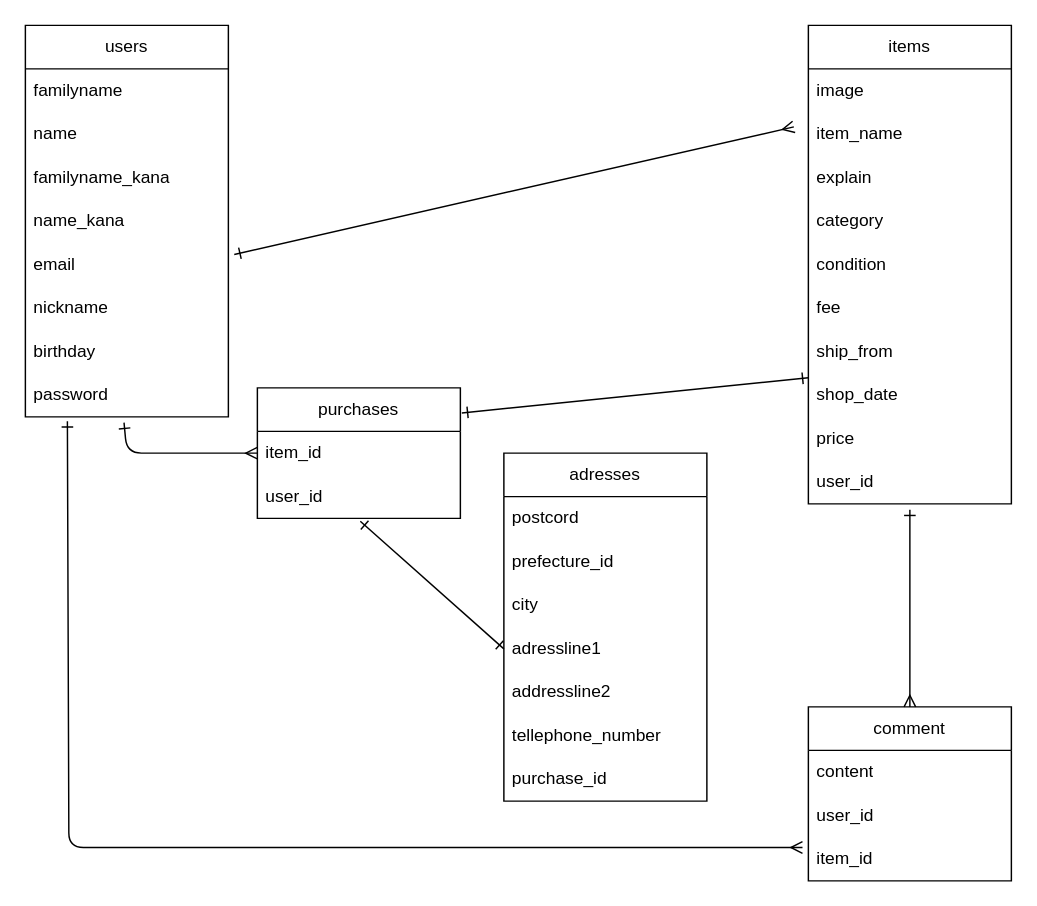
tamutamu3/furima-40914 keeps this draw.io diagram as ER.dio. Above is the earlier version. Source tidied: cells renumbered, new cells numbered last; positions are measured from the earlier drawing's top-left corner, leaving out a move shared by most shapes. Both pictures are drawn from the tidied source at 145%, with x=0, y=0 at pixel (25, 25).
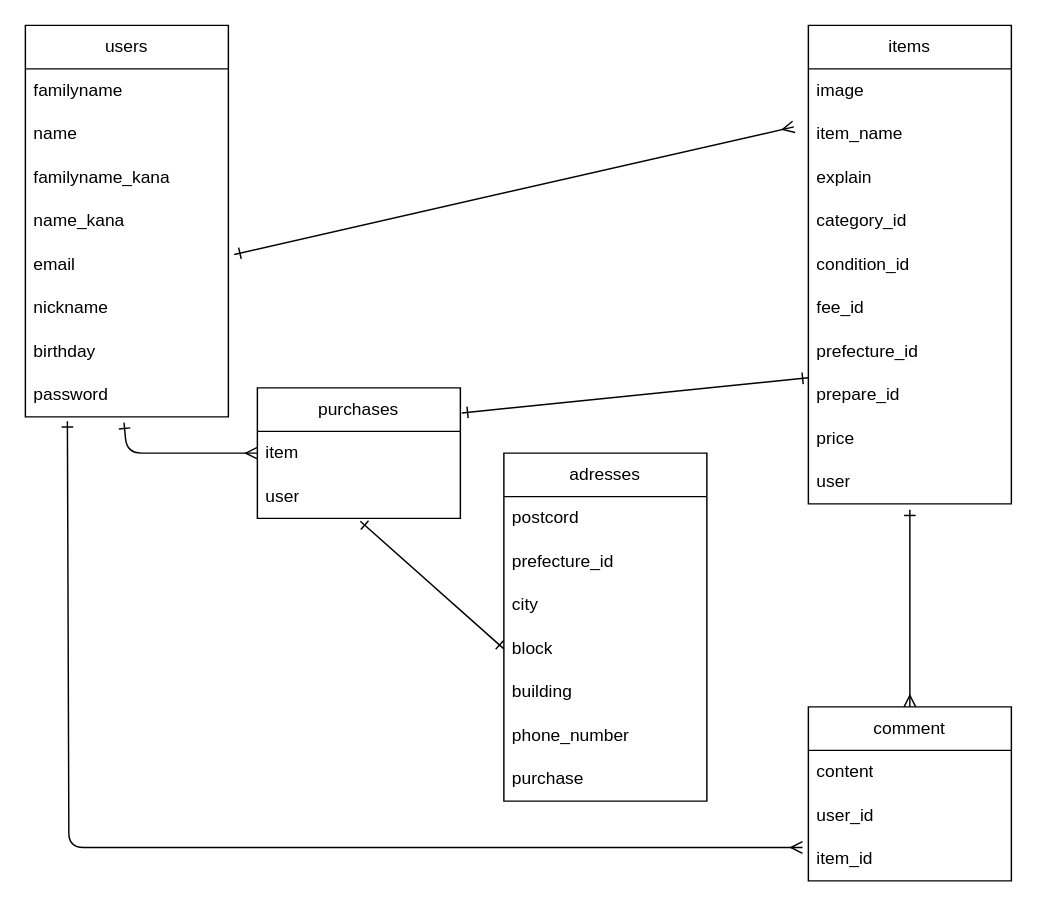
After the change.

Unchanged cells that the change refers to:
```xml
<mxCell id="11" value="items" style="swimlane;fontStyle=0;horizontal=1;startSize=30;whiteSpace=wrap;html=1;" parent="1" vertex="1">
  <mxGeometry x="540" width="140" height="330" as="geometry" />
</mxCell>
<mxCell id="26" value="purchases" style="swimlane;fontStyle=0;horizontal=1;startSize=30;whiteSpace=wrap;html=1;" parent="1" vertex="1">
  <mxGeometry x="160" y="250" width="140" height="90" as="geometry" />
</mxCell>
<mxCell id="29" value="adresses" style="swimlane;fontStyle=0;horizontal=1;startSize=30;whiteSpace=wrap;html=1;" parent="1" vertex="1">
  <mxGeometry x="330" y="295" width="140" height="240" as="geometry" />
</mxCell>
```

Change to the diagram source:
```diff
@@
-    <mxCell id="15" value="category" style="text;strokeColor=none;fillColor=none;align=left;verticalAlign=middle;spacingLeft=4;spacingRight=4;overflow=hidden;whiteSpace=wrap;html=1;" parent="11" vertex="1">
+    <mxCell id="15" value="category_id" style="text;strokeColor=none;fillColor=none;align=left;verticalAlign=middle;spacingLeft=4;spacingRight=4;overflow=hidden;whiteSpace=wrap;html=1;" parent="11" vertex="1">
       <mxGeometry y="120" width="140" height="30" as="geometry" />
     </mxCell>
-    <mxCell id="16" value="condition" style="text;strokeColor=none;fillColor=none;align=left;verticalAlign=middle;spacingLeft=4;spacingRight=4;overflow=hidden;whiteSpace=wrap;html=1;" parent="11" vertex="1">
+    <mxCell id="16" value="condition_id" style="text;strokeColor=none;fillColor=none;align=left;verticalAlign=middle;spacingLeft=4;spacingRight=4;overflow=hidden;whiteSpace=wrap;html=1;" parent="11" vertex="1">
       <mxGeometry y="150" width="140" height="30" as="geometry" />
     </mxCell>
-    <mxCell id="17" value="fee" style="text;strokeColor=none;fillColor=none;align=left;verticalAlign=middle;spacingLeft=4;spacingRight=4;overflow=hidden;whiteSpace=wrap;html=1;" parent="11" vertex="1">
+    <mxCell id="17" value="fee_id" style="text;strokeColor=none;fillColor=none;align=left;verticalAlign=middle;spacingLeft=4;spacingRight=4;overflow=hidden;whiteSpace=wrap;html=1;" parent="11" vertex="1">
       <mxGeometry y="180" width="140" height="30" as="geometry" />
     </mxCell>
-    <mxCell id="18" value="ship_from" style="text;strokeColor=none;fillColor=none;align=left;verticalAlign=middle;spacingLeft=4;spacingRight=4;overflow=hidden;points=[[0,0.5],[1,0.5]];portConstraint=eastwest;whiteSpace=wrap;html=1;" parent="11" vertex="1">
+    <mxCell id="18" value="prefecture_id" style="text;strokeColor=none;fillColor=none;align=left;verticalAlign=middle;spacingLeft=4;spacingRight=4;overflow=hidden;points=[[0,0.5],[1,0.5]];portConstraint=eastwest;whiteSpace=wrap;html=1;" parent="11" vertex="1">
       <mxGeometry y="210" width="140" height="30" as="geometry" />
     </mxCell>
-    <mxCell id="19" value="shop_date" style="text;strokeColor=none;fillColor=none;align=left;verticalAlign=middle;spacingLeft=4;spacingRight=4;overflow=hidden;whiteSpace=wrap;html=1;" parent="11" vertex="1">
+    <mxCell id="19" value="prepare_id" style="text;strokeColor=none;fillColor=none;align=left;verticalAlign=middle;spacingLeft=4;spacingRight=4;overflow=hidden;whiteSpace=wrap;html=1;" parent="11" vertex="1">
       <mxGeometry y="240" width="140" height="30" as="geometry" />
     </mxCell>
@@
-    <mxCell id="21" value="user_id" style="text;strokeColor=none;fillColor=none;align=left;verticalAlign=middle;spacingLeft=4;spacingRight=4;overflow=hidden;points=[[0,0.5],[1,0.5]];portConstraint=eastwest;whiteSpace=wrap;html=1;" parent="11" vertex="1">
+    <mxCell id="21" value="user" style="text;strokeColor=none;fillColor=none;align=left;verticalAlign=middle;spacingLeft=4;spacingRight=4;overflow=hidden;points=[[0,0.5],[1,0.5]];portConstraint=eastwest;whiteSpace=wrap;html=1;" parent="11" vertex="1">
       <mxGeometry y="300" width="140" height="30" as="geometry" />
     </mxCell>
@@
-    <mxCell id="27" value="item_id" style="text;strokeColor=none;fillColor=none;align=left;verticalAlign=middle;spacingLeft=4;spacingRight=4;overflow=hidden;points=[[0,0.5],[1,0.5]];portConstraint=eastwest;whiteSpace=wrap;html=1;" parent="26" vertex="1">
+    <mxCell id="27" value="item" style="text;strokeColor=none;fillColor=none;align=left;verticalAlign=middle;spacingLeft=4;spacingRight=4;overflow=hidden;points=[[0,0.5],[1,0.5]];portConstraint=eastwest;whiteSpace=wrap;html=1;" parent="26" vertex="1">
       <mxGeometry y="30" width="140" height="30" as="geometry" />
     </mxCell>
-    <mxCell id="28" value="user_id" style="text;strokeColor=none;fillColor=none;align=left;verticalAlign=middle;spacingLeft=4;spacingRight=4;overflow=hidden;points=[[0,0.5],[1,0.5]];portConstraint=eastwest;whiteSpace=wrap;html=1;" parent="26" vertex="1">
-      <mxGeometry y="60" width="140" height="30" as="geometry" />
-    </mxCell>
+    <mxCell id="43" value="user" style="text;strokeColor=none;fillColor=none;align=left;verticalAlign=middle;spacingLeft=4;spacingRight=4;overflow=hidden;whiteSpace=wrap;html=1;" parent="26" vertex="1">
+      <mxGeometry y="60" width="140" height="30" as="geometry" />
+    </mxCell>
@@
-    <mxCell id="33" value="adressline1" style="text;strokeColor=none;fillColor=none;align=left;verticalAlign=middle;spacingLeft=4;spacingRight=4;overflow=hidden;points=[[0,0.5],[1,0.5]];portConstraint=eastwest;whiteSpace=wrap;html=1;" parent="29" vertex="1">
+    <mxCell id="33" value="block" style="text;strokeColor=none;fillColor=none;align=left;verticalAlign=middle;spacingLeft=4;spacingRight=4;overflow=hidden;points=[[0,0.5],[1,0.5]];portConstraint=eastwest;whiteSpace=wrap;html=1;" parent="29" vertex="1">
       <mxGeometry y="120" width="140" height="30" as="geometry" />
     </mxCell>
-    <mxCell id="34" value="addressline2" style="text;strokeColor=none;fillColor=none;align=left;verticalAlign=middle;spacingLeft=4;spacingRight=4;overflow=hidden;whiteSpace=wrap;html=1;" parent="29" vertex="1">
+    <mxCell id="34" value="building" style="text;strokeColor=none;fillColor=none;align=left;verticalAlign=middle;spacingLeft=4;spacingRight=4;overflow=hidden;whiteSpace=wrap;html=1;" parent="29" vertex="1">
       <mxGeometry y="150" width="140" height="30" as="geometry" />
     </mxCell>
-    <mxCell id="35" value="tellephone_number" style="text;strokeColor=none;fillColor=none;align=left;verticalAlign=middle;spacingLeft=4;spacingRight=4;overflow=hidden;whiteSpace=wrap;html=1;" parent="29" vertex="1">
+    <mxCell id="35" value="phone_number" style="text;strokeColor=none;fillColor=none;align=left;verticalAlign=middle;spacingLeft=4;spacingRight=4;overflow=hidden;whiteSpace=wrap;html=1;" parent="29" vertex="1">
       <mxGeometry y="180" width="140" height="30" as="geometry" />
     </mxCell>
-    <mxCell id="36" value="purchase_id" style="text;strokeColor=none;fillColor=none;align=left;verticalAlign=middle;spacingLeft=4;spacingRight=4;overflow=hidden;whiteSpace=wrap;html=1;" parent="29" vertex="1">
+    <mxCell id="36" value="purchase" style="text;strokeColor=none;fillColor=none;align=left;verticalAlign=middle;spacingLeft=4;spacingRight=4;overflow=hidden;whiteSpace=wrap;html=1;" parent="29" vertex="1">
       <mxGeometry y="210" width="140" height="30" as="geometry" />
     </mxCell>
@@
-    <mxCell id="40" style="endArrow=ERone;html=1;strokeWidth=1;jumpSize=9;entryX=0.507;entryY=1.067;entryDx=0;entryDy=0;entryPerimeter=0;exitX=0;exitY=0.5;exitDx=0;exitDy=0;startArrow=ERone;startFill=0;endFill=0;" parent="1" edge="1" source="33" target="28">
-      <mxGeometry relative="1" as="geometry" />
+    <mxCell id="40" style="endArrow=ERone;html=1;strokeWidth=1;jumpSize=9;entryX=0.507;entryY=1.067;entryDx=0;entryDy=0;entryPerimeter=0;exitX=0;exitY=0.5;exitDx=0;exitDy=0;startArrow=ERone;startFill=0;endFill=0;" parent="1" edge="1" source="33">
+      <mxGeometry relative="1" as="geometry">
+        <mxPoint x="231" y="342" as="targetPoint" />
+      </mxGeometry>
     </mxCell>
```
